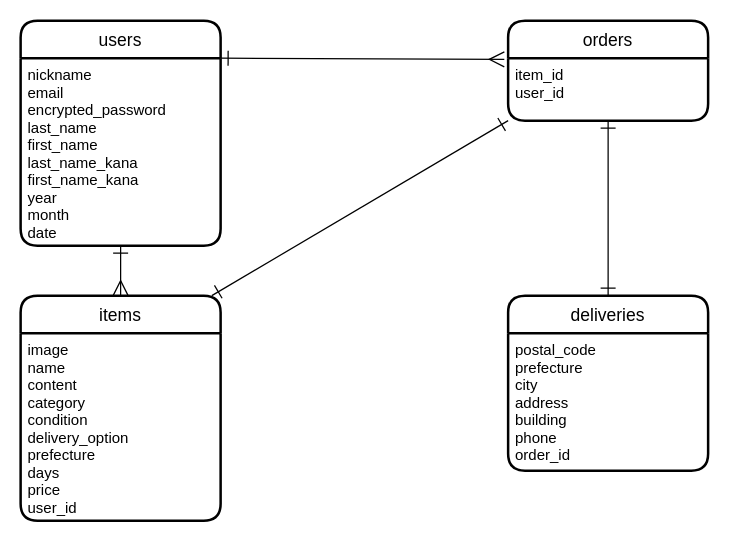
This is furima.dio from umaumau/furima-39445, a draw.io file, before an edit. Source tidied: cells renumbered, new cells numbered last; positions are measured from the earlier drawing's top-left corner, leaving out a move shared by most shapes. Both pictures are drawn from the tidied source at 125%, with x=0, y=0 at pixel (20, 20).
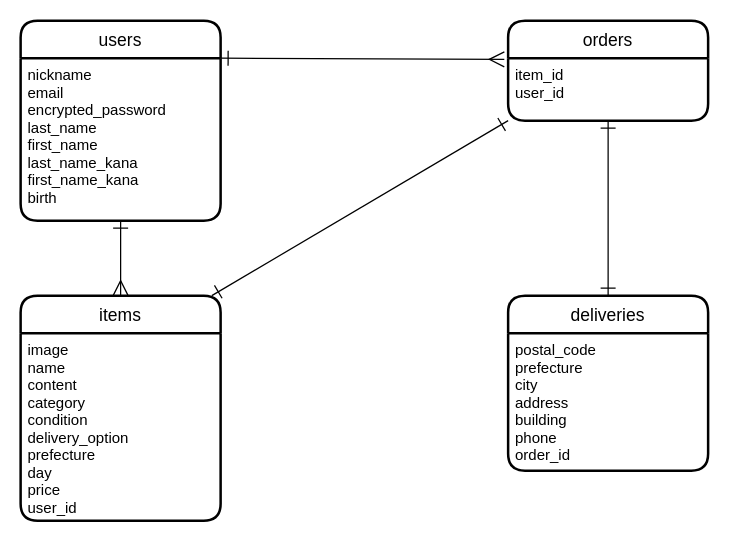
After the change.

Commit message (it also covers changes not shown here):
データベース設計修正

What changed in the source:
```diff
@@
 <mxGraphModel>
   <root>
     <mxCell id="0" />
     <mxCell id="1" parent="0" />
     <mxCell id="2" value="users" style="swimlane;horizontal=1;startSize=30;rounded=1;fontSize=14;fontStyle=0;strokeWidth=2;shadow=0;dashed=0;align=center;" parent="1" vertex="1">
-      <mxGeometry width="160" height="180" as="geometry" />
+      <mxGeometry width="160" height="160" as="geometry" />
     </mxCell>
-    <mxCell id="3" value="nickname&#10;email&#10;encrypted_password&#10;last_name&#10;first_name&#10;last_name_kana&#10;first_name_kana&#10;year&#10;month&#10;date" style="align=left;strokeColor=none;fillColor=none;spacingLeft=4;fontSize=12;verticalAlign=top;" parent="2" vertex="1">
-      <mxGeometry y="30" width="160" height="150" as="geometry" />
+    <mxCell id="3" value="nickname&#10;email&#10;encrypted_password&#10;last_name&#10;first_name&#10;last_name_kana&#10;first_name_kana&#10;birth" style="align=left;strokeColor=none;fillColor=none;spacingLeft=4;fontSize=12;verticalAlign=top;" parent="2" vertex="1">
+      <mxGeometry y="30" width="160" height="130" as="geometry" />
     </mxCell>
     <mxCell id="4" value="orders" style="swimlane;horizontal=1;startSize=30;rounded=1;fontSize=14;fontStyle=0;strokeWidth=2;shadow=0;dashed=0;align=center;" parent="1" vertex="1">
       <mxGeometry x="390" width="160" height="80" as="geometry" />
     </mxCell>
     <mxCell id="5" value="item_id&#10;user_id" style="align=left;strokeColor=none;fillColor=none;spacingLeft=4;fontSize=12;verticalAlign=top;" parent="4" vertex="1">
       <mxGeometry y="30" width="160" height="50" as="geometry" />
     </mxCell>
     <mxCell id="6" value="items" style="swimlane;horizontal=1;startSize=30;rounded=1;fontSize=14;fontStyle=0;strokeWidth=2;shadow=0;dashed=0;align=center;" parent="1" vertex="1">
       <mxGeometry y="220" width="160" height="180" as="geometry" />
     </mxCell>
-    <mxCell id="7" value="image&#10;name&#10;content&#10;category&#10;condition&#10;delivery_option&#10;prefecture&#10;days&#10;price&#10;user_id" style="align=left;strokeColor=none;fillColor=none;spacingLeft=4;fontSize=12;verticalAlign=top;" parent="6" vertex="1">
+    <mxCell id="7" value="image&#10;name&#10;content&#10;category&#10;condition&#10;delivery_option&#10;prefecture&#10;day&#10;price&#10;user_id" style="align=left;strokeColor=none;fillColor=none;spacingLeft=4;fontSize=12;verticalAlign=top;" parent="6" vertex="1">
       <mxGeometry y="30" width="160" height="150" as="geometry" />
     </mxCell>
     <mxCell id="8" value="deliveries" style="swimlane;horizontal=1;startSize=30;rounded=1;fontSize=14;fontStyle=0;strokeWidth=2;shadow=0;dashed=0;align=center;" parent="1" vertex="1">
       <mxGeometry x="390" y="220" width="160" height="140" as="geometry" />
     </mxCell>
     <mxCell id="9" value="postal_code&#10;prefecture&#10;city&#10;address&#10;building&#10;phone&#10;order_id" style="align=left;strokeColor=none;fillColor=none;spacingLeft=4;fontSize=12;verticalAlign=top;" parent="8" vertex="1">
       <mxGeometry y="30" width="160" height="110" as="geometry" />
     </mxCell>
     <mxCell id="10" style="edgeStyle=none;html=1;exitX=1;exitY=0;exitDx=0;exitDy=0;entryX=-0.019;entryY=0.388;entryDx=0;entryDy=0;entryPerimeter=0;endArrow=ERmany;endFill=0;startArrow=ERone;startFill=0;endSize=10;startSize=10;" parent="1" edge="1" source="3" target="4">
       <mxGeometry relative="1" as="geometry" />
     </mxCell>
     <mxCell id="11" style="edgeStyle=none;html=1;exitX=0.5;exitY=1;exitDx=0;exitDy=0;startArrow=ERone;startFill=0;endArrow=ERmany;endFill=0;endSize=10;startSize=10;" parent="1" edge="1" source="3">
       <mxGeometry relative="1" as="geometry">
         <mxPoint x="80" y="220" as="targetPoint" />
       </mxGeometry>
     </mxCell>
     <mxCell id="12" style="edgeStyle=none;html=1;exitX=0.5;exitY=1;exitDx=0;exitDy=0;entryX=0.5;entryY=0;entryDx=0;entryDy=0;startArrow=ERone;startFill=0;endArrow=ERone;endFill=0;startSize=10;endSize=10;" parent="1" edge="1" source="5" target="8">
       <mxGeometry relative="1" as="geometry" />
     </mxCell>
     <mxCell id="13" style="edgeStyle=none;html=1;exitX=0;exitY=1;exitDx=0;exitDy=0;entryX=0.956;entryY=0;entryDx=0;entryDy=0;startArrow=ERone;startFill=0;endArrow=ERone;endFill=0;endSize=10;startSize=10;entryPerimeter=0;" parent="1" edge="1" source="5" target="6">
       <mxGeometry relative="1" as="geometry" />
     </mxCell>
   </root>
 </mxGraphModel>
```
